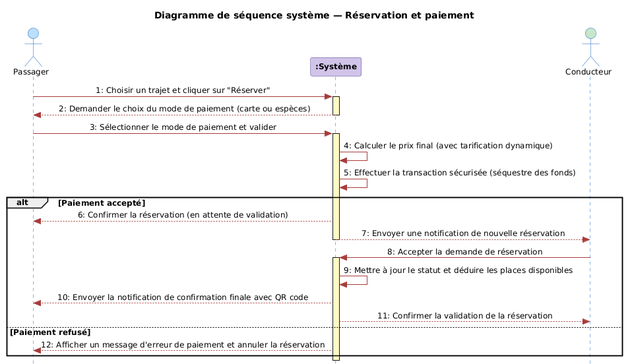
Before: figures/fig_sequence_booking.png, a diagram exported from PlantUML (Belhormamohamed13/Memiore_RohWinBghit).
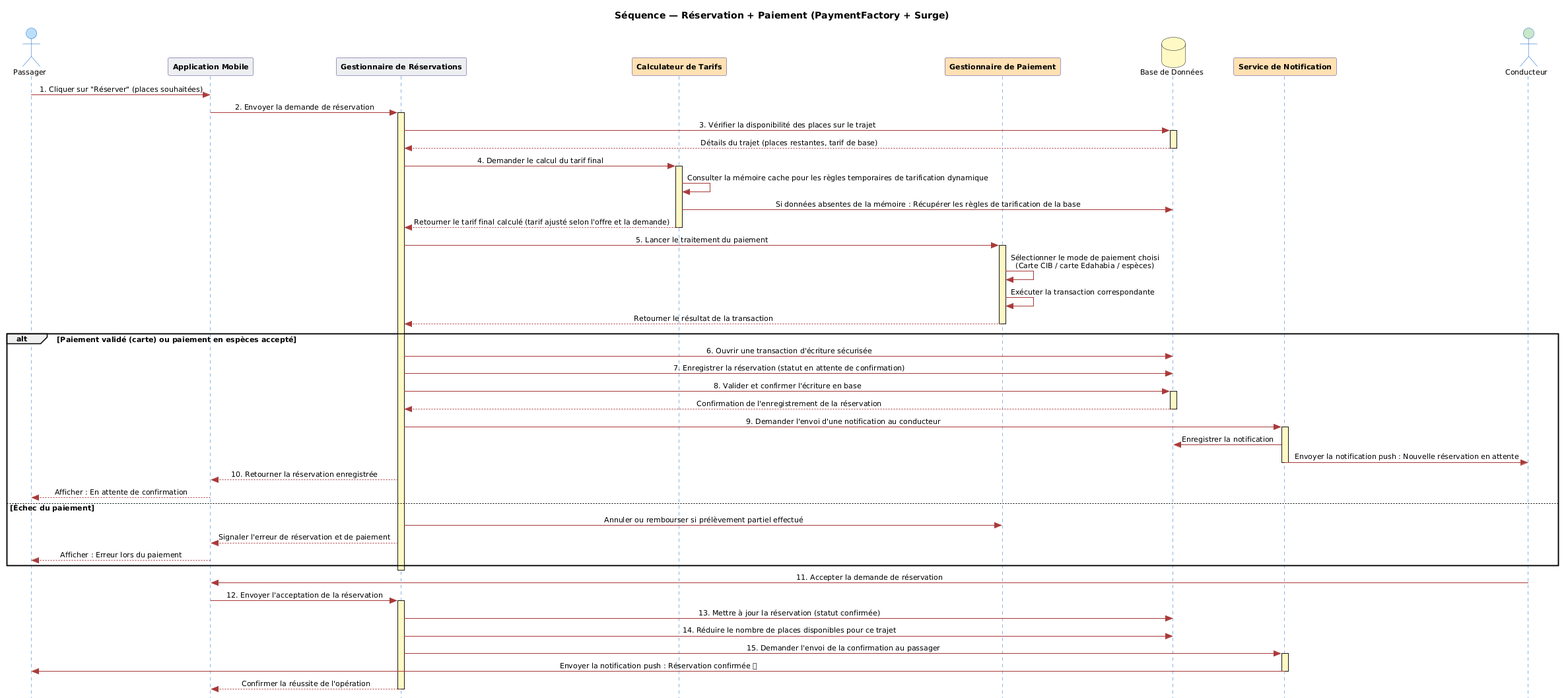
After the commit.

Diff of the diagram source:
```diff
@@ -1,7 +1,7 @@
 @startuml
 skinparam style strictuml
 skinparam DefaultFontName Arial
-skinparam DefaultFontSize 12
+skinparam DefaultFontSize 11
 skinparam shadowing false
 skinparam SequenceMessageAlignment center
 
@@ -14,36 +14,76 @@
   ParticipantBorderColor #4B3A8B
   ParticipantBackgroundColor #D1C4E9
   ParticipantFontStyle bold
+  DatabaseBorderColor #F9A825
+  DatabaseBackgroundColor #FFF9C4
 }
 
-title Diagramme de séquence système — Réservation et paiement
+title Séquence — Réservation + Paiement (PaymentFactory + Surge)
 
-actor "Passager" as P
-participant ":Système" as S
-actor "Conducteur" as C #C8E6C9
+actor "Passager" as Pax #BBDEFB
+participant "Application Mobile" as App #ECEFF1
+participant "Gestionnaire de Réservations" as API #ECEFF1
+participant "Calculateur de Tarifs" as Surge #FFE0B2
+participant "Gestionnaire de Paiement" as Pay #FFE0B2
+database "Base de Données" as DB #FFF9C4
+participant "Service de Notification" as Notif #FFE0B2
+actor "Conducteur" as Drv #C8E6C9
 
-P -> S : 1: Choisir un trajet et cliquer sur "Réserver"
-activate S
-S --> P : 2: Demander le choix du mode de paiement (carte ou espèces)
-deactivate S
+Pax -> App : 1. Cliquer sur "Réserver" (places souhaitées)
+App -> API : 2. Envoyer la demande de réservation
+activate API
 
-P -> S : 3: Sélectionner le mode de paiement et valider
-activate S
-S -> S : 4: Calculer le prix final (avec tarification dynamique)
-S -> S : 5: Effectuer la transaction sécurisée (séquestre des fonds)
+API -> DB : 3. Vérifier la disponibilité des places sur le trajet
+activate DB
+DB --> API : Détails du trajet (places restantes, tarif de base)
+deactivate DB
 
-alt Paiement accepté
-  S --> P : 6: Confirmer la réservation (en attente de validation)
-  S --> C : 7: Envoyer une notification de nouvelle réservation
-  deactivate S
+API -> Surge : 4. Demander le calcul du tarif final
+activate Surge
+Surge -> Surge : Consulter la mémoire cache pour les règles temporaires de tarification dynamique
+Surge -> DB : Si données absentes de la mémoire : Récupérer les règles de tarification de la base
+Surge --> API : Retourner le tarif final calculé (tarif ajusté selon l'offre et la demande)
+deactivate Surge
 
-  C -> S : 8: Accepter la demande de réservation
-  activate S
-  S -> S : 9: Mettre à jour le statut et déduire les places disponibles
-  S --> P : 10: Envoyer la notification de confirmation finale avec QR code
-  S --> C : 11: Confirmer la validation de la réservation
-else Paiement refusé
-  S --> P : 12: Afficher un message d'erreur de paiement et annuler la réservation
+API -> Pay : 5. Lancer le traitement du paiement
+activate Pay
+Pay -> Pay : Sélectionner le mode de paiement choisi\n(Carte CIB / carte Edahabia / espèces)
+Pay -> Pay : Exécuter la transaction correspondante
+Pay --> API : Retourner le résultat de la transaction
+deactivate Pay
+
+alt Paiement validé (carte) ou paiement en espèces accepté
+  API -> DB : 6. Ouvrir une transaction d'écriture sécurisée
+  API -> DB : 7. Enregistrer la réservation (statut en attente de confirmation)
+  API -> DB : 8. Valider et confirmer l'écriture en base
+  activate DB
+  DB --> API : Confirmation de l'enregistrement de la réservation
+  deactivate DB
+
+  API -> Notif : 9. Demander l'envoi d'une notification au conducteur
+  activate Notif
+  Notif -> DB : Enregistrer la notification
+  Notif -> Drv : Envoyer la notification push : Nouvelle réservation en attente
+  deactivate Notif
+
+  API --> App : 10. Retourner la réservation enregistrée
+  App --> Pax : Afficher : En attente de confirmation
+else Échec du paiement
+  API -> Pay : Annuler ou rembourser si prélèvement partiel effectué
+  API --> App : Signaler l'erreur de réservation et de paiement
+  App --> Pax : Afficher : Erreur lors du paiement
 end
-deactivate S
+deactivate API
+
+Drv -> App : 11. Accepter la demande de réservation
+App -> API : 12. Envoyer l'acceptation de la réservation
+activate API
+API -> DB : 13. Mettre à jour la réservation (statut confirmée)
+API -> DB : 14. Réduire le nombre de places disponibles pour ce trajet
+API -> Notif : 15. Demander l'envoi de la confirmation au passager
+activate Notif
+Notif -> Pax : Envoyer la notification push : Réservation confirmée ✅
+deactivate Notif
+API --> App : Confirmer la réussite de l'opération
+deactivate API
 @enduml
```
